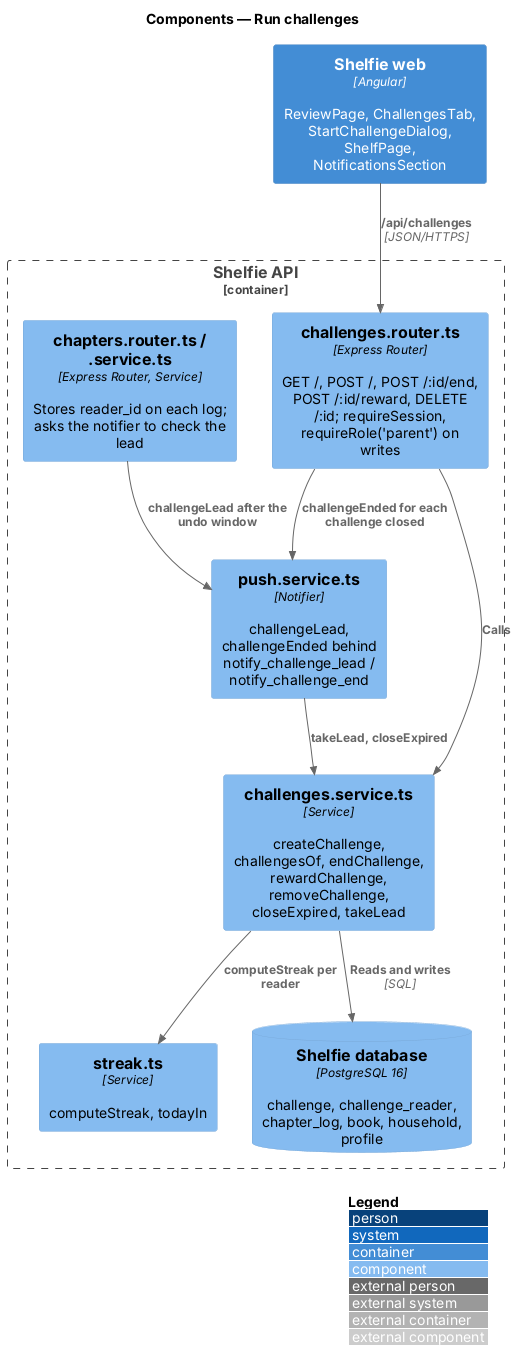
Before: docs/detailed-designs/review/run-challenges/diagrams/c4-component.png, a diagram exported from PlantUML (QuinntyneBrown/shelfie). Its diagram source:
```plantuml
@startuml
!include <C4/C4_Component>
LAYOUT_WITH_LEGEND()
title Components — Run challenges

Container(web, "Shelfie web", "Angular", "ReviewPage, ChallengesTab, StartChallengeDialog, ShelfPage, NotificationsSection")
Container_Boundary(api, "Shelfie API") {
  Component(router, "challenges.router.ts", "Express Router", "GET /, POST /, POST /:id/end, POST /:id/reward, DELETE /:id; requireSession, requireRole('parent') on writes")
  Component(service, "challenges.service.ts", "Service", "createChallenge, challengesOf, endChallenge, rewardChallenge, removeChallenge, closeExpired, takeLead")
  Component(chapters, "chapters.router.ts / .service.ts", "Express Router, Service", "Stores reader_id on each log; asks the notifier to check the lead")
  Component(notifier, "push.service.ts", "Notifier", "challengeLead, challengeEnded behind notify_challenge_lead / notify_challenge_end")
  Component(streak, "streak.ts", "Service", "computeStreak, todayIn")
  ComponentDb(db, "Shelfie database", "PostgreSQL 16", "challenge, challenge_reader, chapter_log, book, household, profile")
}
Rel(web, router, "/api/challenges", "JSON/HTTPS")
Rel(router, service, "Calls")
Rel(router, notifier, "challengeEnded for each challenge closed")
Rel(chapters, notifier, "challengeLead after the undo window")
Rel(notifier, service, "takeLead, closeExpired")
Rel(service, streak, "computeStreak per reader")
Rel(service, db, "Reads and writes", "SQL")
@enduml
```
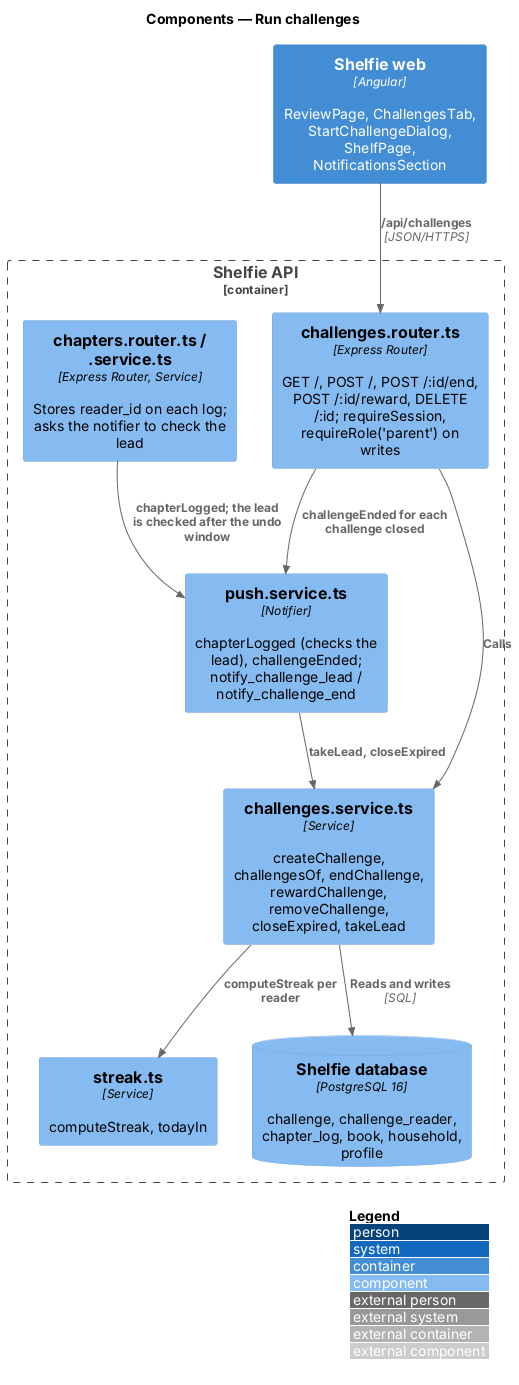
After the commit.

Diff of the diagram source:
```diff
@@ -8,14 +8,14 @@
   Component(router, "challenges.router.ts", "Express Router", "GET /, POST /, POST /:id/end, POST /:id/reward, DELETE /:id; requireSession, requireRole('parent') on writes")
   Component(service, "challenges.service.ts", "Service", "createChallenge, challengesOf, endChallenge, rewardChallenge, removeChallenge, closeExpired, takeLead")
   Component(chapters, "chapters.router.ts / .service.ts", "Express Router, Service", "Stores reader_id on each log; asks the notifier to check the lead")
-  Component(notifier, "push.service.ts", "Notifier", "challengeLead, challengeEnded behind notify_challenge_lead / notify_challenge_end")
+  Component(notifier, "push.service.ts", "Notifier", "chapterLogged (checks the lead), challengeEnded; notify_challenge_lead / notify_challenge_end")
   Component(streak, "streak.ts", "Service", "computeStreak, todayIn")
   ComponentDb(db, "Shelfie database", "PostgreSQL 16", "challenge, challenge_reader, chapter_log, book, household, profile")
 }
 Rel(web, router, "/api/challenges", "JSON/HTTPS")
 Rel(router, service, "Calls")
 Rel(router, notifier, "challengeEnded for each challenge closed")
-Rel(chapters, notifier, "challengeLead after the undo window")
+Rel(chapters, notifier, "chapterLogged; the lead is checked after the undo window")
 Rel(notifier, service, "takeLead, closeExpired")
 Rel(service, streak, "computeStreak per reader")
 Rel(service, db, "Reads and writes", "SQL")
```
